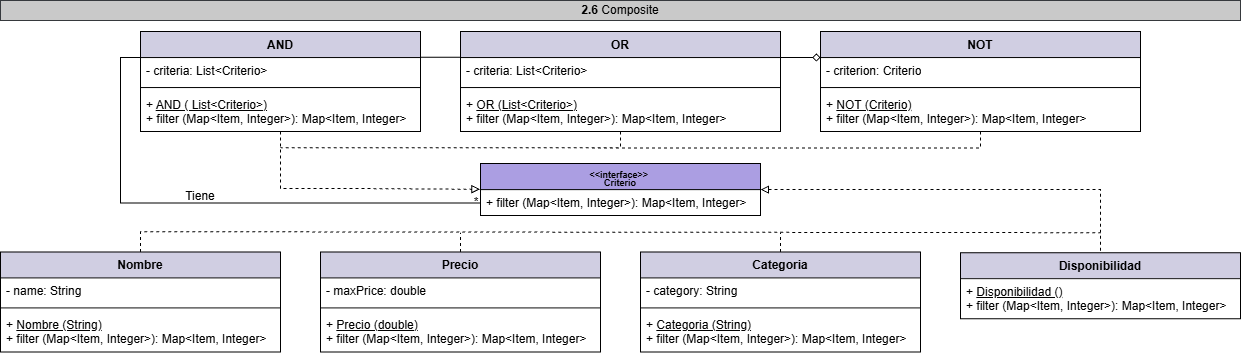
This is src/Busqueda/UML.png from saenzlucas/UNQShop, a draw.io export, as it was before one commit. Source tidied: cells renumbered, new cells last; positions are measured from the earlier drawing's top-left corner, leaving out a move shared by most shapes.
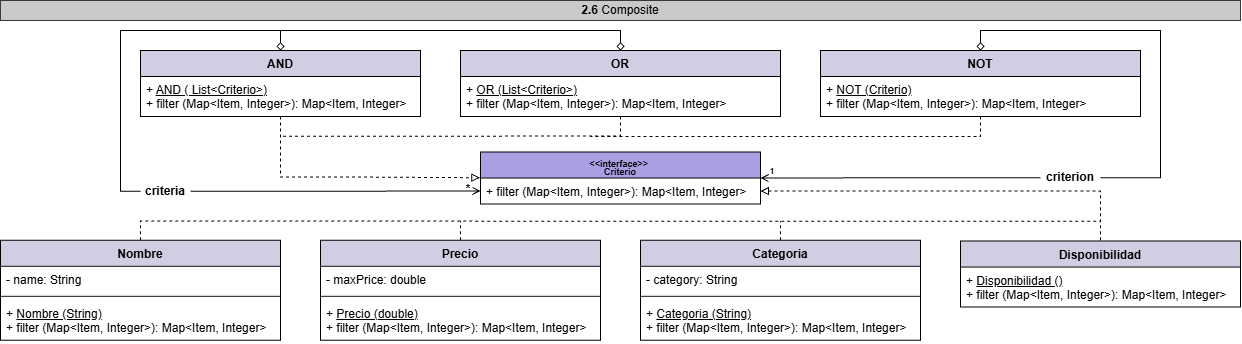
After the commit.

Change to the diagram source:
```diff
@@ -2,175 +2,179 @@
   <root>
     <mxCell id="0" />
     <mxCell id="1" parent="0" />
+    <mxCell id="39" value="&lt;div&gt;&lt;span style=&quot;background-color: transparent; color: light-dark(rgb(0, 0, 0), rgb(255, 255, 255));&quot;&gt;&lt;b&gt;2.6&lt;/b&gt;&amp;nbsp;&lt;/span&gt;&lt;span style=&quot;background-color: transparent; color: light-dark(rgb(0, 0, 0), rgb(255, 255, 255));&quot;&gt;Composite&lt;/span&gt;&lt;/div&gt;" style="text;html=1;whiteSpace=wrap;strokeColor=#36393d;fillColor=#C9C9C9;align=center;verticalAlign=middle;rounded=0;" parent="1" vertex="1">
+      <mxGeometry width="1240" height="20" as="geometry" />
+    </mxCell>
+    <mxCell id="43" style="edgeStyle=orthogonalEdgeStyle;rounded=0;jettySize=auto;html=1;exitX=1;exitY=0.5;exitDx=0;exitDy=0;entryX=0.5;entryY=0;entryDx=0;entryDy=0;startArrow=none;startFill=0;endArrow=diamond;endFill=0;" parent="1" edge="1" source="58" target="20">
+      <mxGeometry relative="1" as="geometry">
+        <Array as="points">
+          <mxPoint x="1160" y="178" />
+          <mxPoint x="1160" y="30" />
+          <mxPoint x="980" y="30" />
+        </Array>
+      </mxGeometry>
+    </mxCell>
     <mxCell id="2" value="&lt;div style=&quot;line-height: 70%;&quot;&gt;&lt;font style=&quot;font-size: 9px; line-height: 70%;&quot;&gt;&amp;lt;&amp;lt;interface&amp;gt;&amp;gt;&amp;nbsp;&lt;/font&gt;&lt;div&gt;&lt;font style=&quot;font-size: 9px; line-height: 70%;&quot;&gt;Criterio&lt;/font&gt;&lt;/div&gt;&lt;/div&gt;" style="swimlane;fontStyle=1;align=center;verticalAlign=top;horizontal=1;startSize=26;whiteSpace=wrap;html=1;fillColor=#AB9EE2;strokeColor=default;" parent="1" vertex="1">
-      <mxGeometry x="480" y="163.1" width="280" height="52" as="geometry" />
+      <mxGeometry x="480" y="151.5" width="280" height="52" as="geometry" />
     </mxCell>
     <mxCell id="3" value="+ filter (Map&amp;lt;Item, Integer&amp;gt;): Map&amp;lt;Item, Integer&amp;gt;" style="text;strokeColor=none;fillColor=none;align=left;verticalAlign=top;spacingLeft=4;spacingRight=4;overflow=hidden;points=[[0,0.5],[1,0.5]];portConstraint=eastwest;whiteSpace=wrap;html=1;" parent="2" vertex="1">
       <mxGeometry y="26" width="280" height="26" as="geometry" />
     </mxCell>
-    <mxCell id="4" style="edgeStyle=orthogonalEdgeStyle;rounded=0;jettySize=auto;html=1;exitX=0.5;exitY=0;exitDx=0;exitDy=0;endArrow=none;endFill=0;dashed=1;" parent="1" edge="1" source="5">
-      <mxGeometry relative="1" as="geometry">
-        <mxPoint x="780" y="232.2" as="targetPoint" />
-        <Array as="points">
-          <mxPoint x="780" y="231.2" />
-        </Array>
-      </mxGeometry>
-    </mxCell>
+    <mxCell id="44" style="edgeStyle=orthogonalEdgeStyle;rounded=0;jettySize=auto;html=1;exitX=0.5;exitY=0;exitDx=0;exitDy=0;endArrow=none;endFill=0;dashed=1;" parent="1" edge="1" source="5">
+      <mxGeometry relative="1" as="geometry">
+        <mxPoint x="780" y="220.6" as="targetPoint" />
+        <Array as="points">
+          <mxPoint x="780" y="219.6" />
+        </Array>
+      </mxGeometry>
+    </mxCell>
     <mxCell id="5" value="Categoria" style="swimlane;fontStyle=1;align=center;verticalAlign=top;horizontal=1;startSize=26;whiteSpace=wrap;html=1;fillColor=#D0CEE2;strokeColor=default;" parent="1" vertex="1">
-      <mxGeometry x="640" y="251.4" width="280" height="100" as="geometry" />
+      <mxGeometry x="640" y="239.8" width="280" height="100" as="geometry" />
     </mxCell>
     <mxCell id="6" value="- category: String" style="text;strokeColor=none;fillColor=none;align=left;verticalAlign=top;spacingLeft=4;spacingRight=4;overflow=hidden;whiteSpace=wrap;html=1;" parent="5" vertex="1">
       <mxGeometry y="26" width="280" height="26" as="geometry" />
     </mxCell>
-    <mxCell id="7" style="line;strokeWidth=1;fillColor=none;align=left;verticalAlign=middle;spacingTop=-1;spacingLeft=3;spacingRight=3;labelPosition=right;strokeColor=inherit;" parent="5" vertex="1">
-      <mxGeometry y="52" width="280" height="8" as="geometry" />
-    </mxCell>
+    <mxCell id="45" style="line;strokeWidth=1;fillColor=none;align=left;verticalAlign=middle;spacingTop=-1;spacingLeft=3;spacingRight=3;labelPosition=right;strokeColor=inherit;" parent="5" vertex="1">
+      <mxGeometry y="52" width="280" height="8" as="geometry" />
+    </mxCell>
     <mxCell id="8" value="+ &lt;u&gt;Categoria (String)&lt;/u&gt;&lt;div&gt;+ filter&amp;nbsp;(Map&amp;lt;Item, Integer&amp;gt;):&amp;nbsp;&lt;span style=&quot;background-color: transparent; color: light-dark(rgb(0, 0, 0), rgb(255, 255, 255));&quot;&gt;Map&amp;lt;Item, Integer&amp;gt;&lt;/span&gt;&lt;/div&gt;" style="text;strokeColor=none;fillColor=none;align=left;verticalAlign=top;spacingLeft=4;spacingRight=4;overflow=hidden;whiteSpace=wrap;html=1;" parent="5" vertex="1">
       <mxGeometry y="60" width="280" height="40" as="geometry" />
     </mxCell>
-    <mxCell id="9" style="edgeStyle=orthogonalEdgeStyle;rounded=0;jettySize=auto;html=1;exitX=0.5;exitY=0;exitDx=0;exitDy=0;endArrow=none;endFill=0;dashed=1;" parent="1" edge="1" source="10">
-      <mxGeometry relative="1" as="geometry">
-        <mxPoint x="460" y="232.2" as="targetPoint" />
-        <Array as="points">
-          <mxPoint x="460" y="231.2" />
-        </Array>
-      </mxGeometry>
-    </mxCell>
+    <mxCell id="46" style="edgeStyle=orthogonalEdgeStyle;rounded=0;jettySize=auto;html=1;exitX=0.5;exitY=0;exitDx=0;exitDy=0;endArrow=none;endFill=0;dashed=1;" parent="1" edge="1" source="10">
+      <mxGeometry relative="1" as="geometry">
+        <mxPoint x="460" y="220.6" as="targetPoint" />
+        <Array as="points">
+          <mxPoint x="460" y="219.6" />
+        </Array>
+      </mxGeometry>
+    </mxCell>
     <mxCell id="10" value="Precio" style="swimlane;fontStyle=1;align=center;verticalAlign=top;horizontal=1;startSize=26;whiteSpace=wrap;html=1;fillColor=#D0CEE2;strokeColor=default;" parent="1" vertex="1">
-      <mxGeometry x="320" y="251.4" width="280" height="100" as="geometry" />
+      <mxGeometry x="320" y="239.8" width="280" height="100" as="geometry" />
     </mxCell>
     <mxCell id="11" value="- maxPrice: double" style="text;strokeColor=none;fillColor=none;align=left;verticalAlign=top;spacingLeft=4;spacingRight=4;overflow=hidden;whiteSpace=wrap;html=1;" parent="10" vertex="1">
       <mxGeometry y="26" width="280" height="26" as="geometry" />
     </mxCell>
-    <mxCell id="12" style="line;strokeWidth=1;fillColor=none;align=left;verticalAlign=middle;spacingTop=-1;spacingLeft=3;spacingRight=3;labelPosition=right;strokeColor=inherit;" parent="10" vertex="1">
-      <mxGeometry y="52" width="280" height="8" as="geometry" />
-    </mxCell>
+    <mxCell id="47" style="line;strokeWidth=1;fillColor=none;align=left;verticalAlign=middle;spacingTop=-1;spacingLeft=3;spacingRight=3;labelPosition=right;strokeColor=inherit;" parent="10" vertex="1">
+      <mxGeometry y="52" width="280" height="8" as="geometry" />
+    </mxCell>
     <mxCell id="13" value="+ &lt;u&gt;Precio (double)&lt;/u&gt;&amp;nbsp;&lt;div&gt;+ filter&amp;nbsp;(Map&amp;lt;Item, Integer&amp;gt;):&amp;nbsp;&lt;span style=&quot;background-color: transparent; color: light-dark(rgb(0, 0, 0), rgb(255, 255, 255));&quot;&gt;Map&amp;lt;Item, Integer&amp;gt;&lt;/span&gt;&lt;/div&gt;" style="text;strokeColor=none;fillColor=none;align=left;verticalAlign=top;spacingLeft=4;spacingRight=4;overflow=hidden;whiteSpace=wrap;html=1;" parent="10" vertex="1">
       <mxGeometry y="60" width="280" height="40" as="geometry" />
     </mxCell>
-    <mxCell id="14" style="edgeStyle=orthogonalEdgeStyle;rounded=0;jettySize=auto;html=1;exitX=0.5;exitY=0;exitDx=0;exitDy=0;dashed=1;endArrow=none;endFill=0;" parent="1" edge="1" source="15">
-      <mxGeometry relative="1" as="geometry">
-        <mxPoint x="1100" y="232.2" as="targetPoint" />
-        <Array as="points">
-          <mxPoint x="140" y="231.2" />
-        </Array>
-      </mxGeometry>
-    </mxCell>
+    <mxCell id="48" style="edgeStyle=orthogonalEdgeStyle;rounded=0;jettySize=auto;html=1;exitX=0.5;exitY=0;exitDx=0;exitDy=0;dashed=1;endArrow=none;endFill=0;" parent="1" edge="1" source="15">
+      <mxGeometry relative="1" as="geometry">
+        <mxPoint x="1100" y="220.6" as="targetPoint" />
+        <Array as="points">
+          <mxPoint x="140" y="219.6" />
+        </Array>
+      </mxGeometry>
+    </mxCell>
     <mxCell id="15" value="Nombre" style="swimlane;fontStyle=1;align=center;verticalAlign=top;horizontal=1;startSize=26;whiteSpace=wrap;html=1;fillColor=#D0CEE2;strokeColor=default;" parent="1" vertex="1">
-      <mxGeometry y="251.4" width="280" height="100" as="geometry" />
+      <mxGeometry y="239.8" width="280" height="100" as="geometry" />
     </mxCell>
     <mxCell id="16" value="- name: String" style="text;strokeColor=none;fillColor=none;align=left;verticalAlign=top;spacingLeft=4;spacingRight=4;overflow=hidden;whiteSpace=wrap;html=1;" parent="15" vertex="1">
       <mxGeometry y="26" width="280" height="26" as="geometry" />
     </mxCell>
-    <mxCell id="17" style="line;strokeWidth=1;fillColor=none;align=left;verticalAlign=middle;spacingTop=-1;spacingLeft=3;spacingRight=3;labelPosition=right;strokeColor=inherit;" parent="15" vertex="1">
-      <mxGeometry y="52" width="280" height="8" as="geometry" />
-    </mxCell>
+    <mxCell id="49" style="line;strokeWidth=1;fillColor=none;align=left;verticalAlign=middle;spacingTop=-1;spacingLeft=3;spacingRight=3;labelPosition=right;strokeColor=inherit;" parent="15" vertex="1">
+      <mxGeometry y="52" width="280" height="8" as="geometry" />
+    </mxCell>
     <mxCell id="18" value="+ &lt;u&gt;Nombre (String)&lt;/u&gt;&lt;div&gt;+ filter&amp;nbsp;(Map&amp;lt;Item, Integer&amp;gt;):&amp;nbsp;&lt;span style=&quot;background-color: transparent; color: light-dark(rgb(0, 0, 0), rgb(255, 255, 255));&quot;&gt;Map&amp;lt;Item, Integer&amp;gt;&lt;/span&gt;&lt;/div&gt;" style="text;strokeColor=none;fillColor=none;align=left;verticalAlign=top;spacingLeft=4;spacingRight=4;overflow=hidden;whiteSpace=wrap;html=1;" parent="15" vertex="1">
       <mxGeometry y="60" width="280" height="40" as="geometry" />
     </mxCell>
-    <mxCell id="19" style="edgeStyle=orthogonalEdgeStyle;rounded=0;jettySize=auto;html=1;exitX=0.5;exitY=1;exitDx=0;exitDy=0;endArrow=none;endFill=0;dashed=1;" parent="1" edge="1" source="20">
-      <mxGeometry relative="1" as="geometry">
-        <mxPoint x="590" y="147.6" as="targetPoint" />
-        <Array as="points">
-          <mxPoint x="980" y="147.2" />
-        </Array>
-      </mxGeometry>
-    </mxCell>
+    <mxCell id="50" style="edgeStyle=orthogonalEdgeStyle;rounded=0;jettySize=auto;html=1;exitX=0.5;exitY=1;exitDx=0;exitDy=0;endArrow=none;endFill=0;dashed=1;" parent="1" edge="1" source="20">
+      <mxGeometry relative="1" as="geometry">
+        <mxPoint x="590" y="136" as="targetPoint" />
+        <Array as="points">
+          <mxPoint x="980" y="135.6" />
+        </Array>
+      </mxGeometry>
+    </mxCell>
     <mxCell id="20" value="NOT" style="swimlane;fontStyle=1;align=center;verticalAlign=top;horizontal=1;startSize=26;whiteSpace=wrap;html=1;fillColor=#d0cee2;strokeColor=default;" parent="1" vertex="1">
-      <mxGeometry x="820" y="31" width="320" height="100" as="geometry" />
+      <mxGeometry x="820" y="50" width="320" height="66" as="geometry" />
     </mxCell>
-    <mxCell id="21" value="- criterion: Criterio" style="text;strokeColor=none;fillColor=none;align=left;verticalAlign=top;spacingLeft=4;spacingRight=4;overflow=hidden;whiteSpace=wrap;html=1;" parent="20" vertex="1">
-      <mxGeometry y="26" width="320" height="26" as="geometry" />
-    </mxCell>
-    <mxCell id="22" style="line;strokeWidth=1;fillColor=none;align=left;verticalAlign=middle;spacingTop=-1;spacingLeft=3;spacingRight=3;labelPosition=right;strokeColor=inherit;" parent="20" vertex="1">
-      <mxGeometry y="52" width="320" height="8" as="geometry" />
-    </mxCell>
     <mxCell id="23" value="&lt;div&gt;+ &lt;u&gt;NOT (Criterio)&lt;/u&gt;&lt;/div&gt;+ filter&amp;nbsp;(Map&amp;lt;Item, Integer&amp;gt;): Map&amp;lt;Item, Integer&amp;gt;" style="text;strokeColor=none;fillColor=none;align=left;verticalAlign=top;spacingLeft=4;spacingRight=4;overflow=hidden;whiteSpace=wrap;html=1;" parent="20" vertex="1">
-      <mxGeometry y="60" width="320" height="40" as="geometry" />
+      <mxGeometry y="26" width="320" height="40" as="geometry" />
     </mxCell>
-    <mxCell id="24" style="edgeStyle=orthogonalEdgeStyle;rounded=0;jettySize=auto;html=1;exitX=0.5;exitY=1;exitDx=0;exitDy=0;dashed=1;endArrow=none;endFill=0;" parent="1" edge="1" source="27">
-      <mxGeometry relative="1" as="geometry">
-        <mxPoint x="280" y="147.2" as="targetPoint" />
-        <Array as="points">
-          <mxPoint x="620" y="147.2" />
-        </Array>
-      </mxGeometry>
-    </mxCell>
-    <mxCell id="25" style="edgeStyle=orthogonalEdgeStyle;rounded=0;orthogonalLoop=1;jettySize=auto;html=1;exitX=0;exitY=0.25;exitDx=0;exitDy=0;entryX=1;entryY=0.25;entryDx=0;entryDy=0;endArrow=none;endFill=0;startArrow=none;startFill=0;" parent="1" edge="1">
-      <mxGeometry relative="1" as="geometry">
-        <mxPoint x="460" y="56.8" as="sourcePoint" />
-        <mxPoint x="420" y="56.8" as="targetPoint" />
-      </mxGeometry>
-    </mxCell>
-    <mxCell id="26" style="edgeStyle=orthogonalEdgeStyle;rounded=0;orthogonalLoop=1;jettySize=auto;html=1;exitX=1;exitY=0.25;exitDx=0;exitDy=0;endArrow=diamond;endFill=0;entryX=0;entryY=0.25;entryDx=0;entryDy=0;" parent="1" edge="1">
-      <mxGeometry relative="1" as="geometry">
-        <mxPoint x="780" y="57" as="sourcePoint" />
-        <mxPoint x="820" y="57.1" as="targetPoint" />
-      </mxGeometry>
-    </mxCell>
+    <mxCell id="51" style="edgeStyle=orthogonalEdgeStyle;rounded=0;jettySize=auto;html=1;exitX=0.5;exitY=1;exitDx=0;exitDy=0;dashed=1;endArrow=none;endFill=0;" parent="1" edge="1" source="27">
+      <mxGeometry relative="1" as="geometry">
+        <mxPoint x="280" y="135.6" as="targetPoint" />
+        <Array as="points">
+          <mxPoint x="620" y="135.6" />
+        </Array>
+      </mxGeometry>
+    </mxCell>
+    <mxCell id="52" style="edgeStyle=orthogonalEdgeStyle;rounded=0;jettySize=auto;html=1;exitX=0.5;exitY=0;exitDx=0;exitDy=0;endArrow=none;endFill=0;startArrow=diamond;startFill=0;" parent="1" edge="1" source="27">
+      <mxGeometry relative="1" as="geometry">
+        <mxPoint x="280" y="30" as="targetPoint" />
+        <Array as="points">
+          <mxPoint x="620" y="30" />
+          <mxPoint x="280" y="30" />
+        </Array>
+      </mxGeometry>
+    </mxCell>
     <mxCell id="27" value="OR" style="swimlane;fontStyle=1;align=center;verticalAlign=top;horizontal=1;startSize=26;whiteSpace=wrap;html=1;fillColor=#D0CEE2;strokeColor=default;" parent="1" vertex="1">
-      <mxGeometry x="460" y="31" width="320" height="100" as="geometry" />
+      <mxGeometry x="460" y="50" width="320" height="66" as="geometry" />
     </mxCell>
-    <mxCell id="28" value="- criteria: List&amp;lt;Criterio&amp;gt;" style="text;strokeColor=none;fillColor=none;align=left;verticalAlign=top;spacingLeft=4;spacingRight=4;overflow=hidden;whiteSpace=wrap;html=1;" parent="27" vertex="1">
-      <mxGeometry y="26" width="320" height="26" as="geometry" />
-    </mxCell>
-    <mxCell id="29" style="line;strokeWidth=1;fillColor=none;align=left;verticalAlign=middle;spacingTop=-1;spacingLeft=3;spacingRight=3;labelPosition=right;strokeColor=inherit;" parent="27" vertex="1">
-      <mxGeometry y="52" width="320" height="8" as="geometry" />
-    </mxCell>
     <mxCell id="30" value="&lt;div&gt;+ &lt;u&gt;OR (List&amp;lt;Criterio&amp;gt;)&lt;/u&gt;&lt;/div&gt;+ filter&amp;nbsp;(Map&amp;lt;Item, Integer&amp;gt;): Map&amp;lt;Item, Integer&amp;gt;" style="text;strokeColor=none;fillColor=none;align=left;verticalAlign=top;spacingLeft=4;spacingRight=4;overflow=hidden;whiteSpace=wrap;html=1;" parent="27" vertex="1">
-      <mxGeometry y="60" width="320" height="40" as="geometry" />
+      <mxGeometry y="26" width="320" height="40" as="geometry" />
     </mxCell>
-    <mxCell id="31" style="edgeStyle=orthogonalEdgeStyle;rounded=0;jettySize=auto;html=1;endArrow=none;endFill=0;entryX=0;entryY=0.5;entryDx=0;entryDy=0;exitX=-0.002;exitY=-0.001;exitDx=0;exitDy=0;exitPerimeter=0;" parent="1" edge="1" source="33">
-      <mxGeometry relative="1" as="geometry">
-        <mxPoint x="480" y="202.6" as="targetPoint" />
-        <Array as="points">
-          <mxPoint x="120" y="57.2" />
-          <mxPoint x="120" y="203.2" />
-          <mxPoint x="480" y="203.2" />
-        </Array>
-      </mxGeometry>
-    </mxCell>
+    <mxCell id="53" style="edgeStyle=orthogonalEdgeStyle;rounded=0;jettySize=auto;html=1;endArrow=none;endFill=0;exitX=0.5;exitY=0;exitDx=0;exitDy=0;startArrow=diamond;startFill=0;entryX=0;entryY=0.5;entryDx=0;entryDy=0;" parent="1" edge="1" source="32" target="56">
+      <mxGeometry relative="1" as="geometry">
+        <Array as="points">
+          <mxPoint x="280" y="30" />
+          <mxPoint x="120" y="30" />
+          <mxPoint x="120" y="191" />
+        </Array>
+      </mxGeometry>
+    </mxCell>
     <mxCell id="32" value="AND" style="swimlane;fontStyle=1;align=center;verticalAlign=top;horizontal=1;startSize=26;whiteSpace=wrap;html=1;fillColor=#D0CEE2;strokeColor=default;" parent="1" vertex="1">
-      <mxGeometry x="140" y="31" width="280" height="100" as="geometry" />
+      <mxGeometry x="140" y="50" width="280" height="66" as="geometry" />
     </mxCell>
-    <mxCell id="33" value="- criteria: List&amp;lt;Criterio&amp;gt;" style="text;strokeColor=none;fillColor=none;align=left;verticalAlign=top;spacingLeft=4;spacingRight=4;overflow=hidden;points=[[0,0.5],[1,0.5]];portConstraint=eastwest;whiteSpace=wrap;html=1;" parent="32" vertex="1">
-      <mxGeometry y="26" width="280" height="26" as="geometry" />
-    </mxCell>
-    <mxCell id="34" style="line;strokeWidth=1;fillColor=none;align=left;verticalAlign=middle;spacingTop=-1;spacingLeft=3;spacingRight=3;labelPosition=right;strokeColor=inherit;" parent="32" vertex="1">
-      <mxGeometry y="52" width="280" height="8" as="geometry" />
-    </mxCell>
     <mxCell id="35" value="&lt;div&gt;+ &lt;u&gt;AND ( List&amp;lt;Criterio&amp;gt;)&lt;/u&gt;&amp;nbsp;&lt;/div&gt;+ filter (Map&amp;lt;Item, Integer&amp;gt;): Map&amp;lt;Item, Integer&amp;gt;" style="text;strokeColor=none;fillColor=none;align=left;verticalAlign=top;spacingLeft=4;spacingRight=4;overflow=hidden;whiteSpace=wrap;html=1;" parent="32" vertex="1">
-      <mxGeometry y="60" width="280" height="40" as="geometry" />
+      <mxGeometry y="26" width="280" height="40" as="geometry" />
     </mxCell>
     <mxCell id="36" value="Disponibilidad" style="swimlane;fontStyle=1;align=center;verticalAlign=top;horizontal=1;startSize=26;whiteSpace=wrap;html=1;fillColor=#D0CEE2;strokeColor=default;" parent="1" vertex="1">
-      <mxGeometry x="960" y="252.1" width="280" height="66" as="geometry" />
+      <mxGeometry x="960" y="240.6" width="280" height="66" as="geometry" />
     </mxCell>
     <mxCell id="37" value="+ &lt;u&gt;Disponibilidad ()&lt;/u&gt;&lt;div&gt;+ filter&amp;nbsp;(Map&amp;lt;Item, Integer&amp;gt;):&amp;nbsp;&lt;span style=&quot;background-color: transparent; color: light-dark(rgb(0, 0, 0), rgb(255, 255, 255));&quot;&gt;Map&amp;lt;Item, Integer&amp;gt;&lt;/span&gt;&lt;/div&gt;" style="text;strokeColor=none;fillColor=none;align=left;verticalAlign=top;spacingLeft=4;spacingRight=4;overflow=hidden;whiteSpace=wrap;html=1;" parent="36" vertex="1">
       <mxGeometry y="26" width="280" height="40" as="geometry" />
     </mxCell>
-    <mxCell id="38" style="edgeStyle=orthogonalEdgeStyle;rounded=0;jettySize=auto;html=1;entryX=0.5;entryY=0;entryDx=0;entryDy=0;endArrow=none;endFill=0;startArrow=block;startFill=0;dashed=1;exitX=1;exitY=0.5;exitDx=0;exitDy=0;" parent="1" edge="1" source="2" target="36">
-      <mxGeometry relative="1" as="geometry">
-        <Array as="points">
-          <mxPoint x="1100" y="189.2" />
-        </Array>
-      </mxGeometry>
-    </mxCell>
-    <mxCell id="39" value="&lt;div&gt;&lt;span style=&quot;background-color: transparent; color: light-dark(rgb(0, 0, 0), rgb(255, 255, 255));&quot;&gt;&lt;b&gt;2.6&lt;/b&gt;&amp;nbsp;&lt;/span&gt;&lt;span style=&quot;background-color: transparent; color: light-dark(rgb(0, 0, 0), rgb(255, 255, 255));&quot;&gt;Composite&lt;/span&gt;&lt;/div&gt;" style="text;html=1;whiteSpace=wrap;strokeColor=#36393d;fillColor=#C9C9C9;align=center;verticalAlign=middle;rounded=0;" parent="1" vertex="1">
-      <mxGeometry width="1240" height="20" as="geometry" />
-    </mxCell>
+    <mxCell id="54" style="edgeStyle=orthogonalEdgeStyle;rounded=0;jettySize=auto;html=1;entryX=0.5;entryY=0;entryDx=0;entryDy=0;endArrow=none;endFill=0;startArrow=block;startFill=0;dashed=1;exitX=1;exitY=0.5;exitDx=0;exitDy=0;" parent="1" edge="1" source="3" target="36">
+      <mxGeometry relative="1" as="geometry">
+        <Array as="points">
+          <mxPoint x="1100" y="191" />
+        </Array>
+      </mxGeometry>
+    </mxCell>
     <mxCell id="40" style="edgeStyle=orthogonalEdgeStyle;rounded=0;jettySize=auto;html=1;endArrow=block;endFill=0;dashed=1;exitX=0.5;exitY=1;exitDx=0;exitDy=0;entryX=-0.002;entryY=0.494;entryDx=0;entryDy=0;entryPerimeter=0;" parent="1" edge="1" source="32" target="2">
       <mxGeometry relative="1" as="geometry">
         <Array as="points">
-          <mxPoint x="350" y="188" />
-          <mxPoint x="450" y="188" />
+          <mxPoint x="350" y="176.5" />
+          <mxPoint x="450" y="176.5" />
         </Array>
       </mxGeometry>
     </mxCell>
-    <mxCell id="41" value="*" style="text;html=1;whiteSpace=wrap;strokeColor=none;fillColor=none;align=center;verticalAlign=middle;rounded=0;" parent="1" vertex="1">
-      <mxGeometry x="446" y="187" width="60" height="30" as="geometry" />
+    <mxCell id="41" value="*" style="text;html=1;whiteSpace=wrap;strokeColor=none;fillColor=none;align=center;verticalAlign=middle;rounded=0;fontStyle=1;" parent="1" vertex="1">
+      <mxGeometry x="438" y="173.5" width="60" height="30" as="geometry" />
     </mxCell>
-    <mxCell id="42" value="Tiene" style="text;html=1;whiteSpace=wrap;strokeColor=none;fillColor=none;align=center;verticalAlign=middle;rounded=0;" parent="1" vertex="1">
-      <mxGeometry x="170" y="181" width="60" height="30" as="geometry" />
-    </mxCell>
+    <mxCell id="55" style="edgeStyle=orthogonalEdgeStyle;rounded=0;jettySize=auto;html=1;exitX=1;exitY=0.5;exitDx=0;exitDy=0;entryX=0;entryY=0.75;entryDx=0;entryDy=0;endArrow=open;endFill=0;startArrow=none;startFill=0;" parent="1" edge="1" source="56" target="2">
+      <mxGeometry relative="1" as="geometry">
+        <Array as="points">
+          <mxPoint x="230" y="190" />
+          <mxPoint x="355" y="190" />
+        </Array>
+      </mxGeometry>
+    </mxCell>
+    <mxCell id="56" value="criteria" style="text;html=1;whiteSpace=wrap;strokeColor=none;fillColor=none;align=center;verticalAlign=middle;rounded=0;fontStyle=1;" parent="1" vertex="1">
+      <mxGeometry x="140" y="179" width="50" height="23.6" as="geometry" />
+    </mxCell>
+    <mxCell id="57" style="edgeStyle=orthogonalEdgeStyle;rounded=0;jettySize=auto;html=1;exitX=0;exitY=0.5;exitDx=0;exitDy=0;entryX=1;entryY=0.5;entryDx=0;entryDy=0;endArrow=open;endFill=0;" parent="1" edge="1" source="58" target="2">
+      <mxGeometry relative="1" as="geometry" />
+    </mxCell>
+    <mxCell id="58" value="criterion" style="text;html=1;whiteSpace=wrap;strokeColor=none;fillColor=none;align=center;verticalAlign=middle;rounded=0;fontStyle=1;" parent="1" vertex="1">
+      <mxGeometry x="1040" y="165.5" width="60" height="23.6" as="geometry" />
+    </mxCell>
+    <mxCell id="59" value="1" style="text;html=1;whiteSpace=wrap;strokeColor=none;fillColor=none;align=center;verticalAlign=middle;rounded=0;fontStyle=1;fontSize=8;" parent="1" vertex="1">
+      <mxGeometry x="767" y="165.5" width="10" height="10" as="geometry" />
+    </mxCell>
   </root>
 </mxGraphModel>
```
